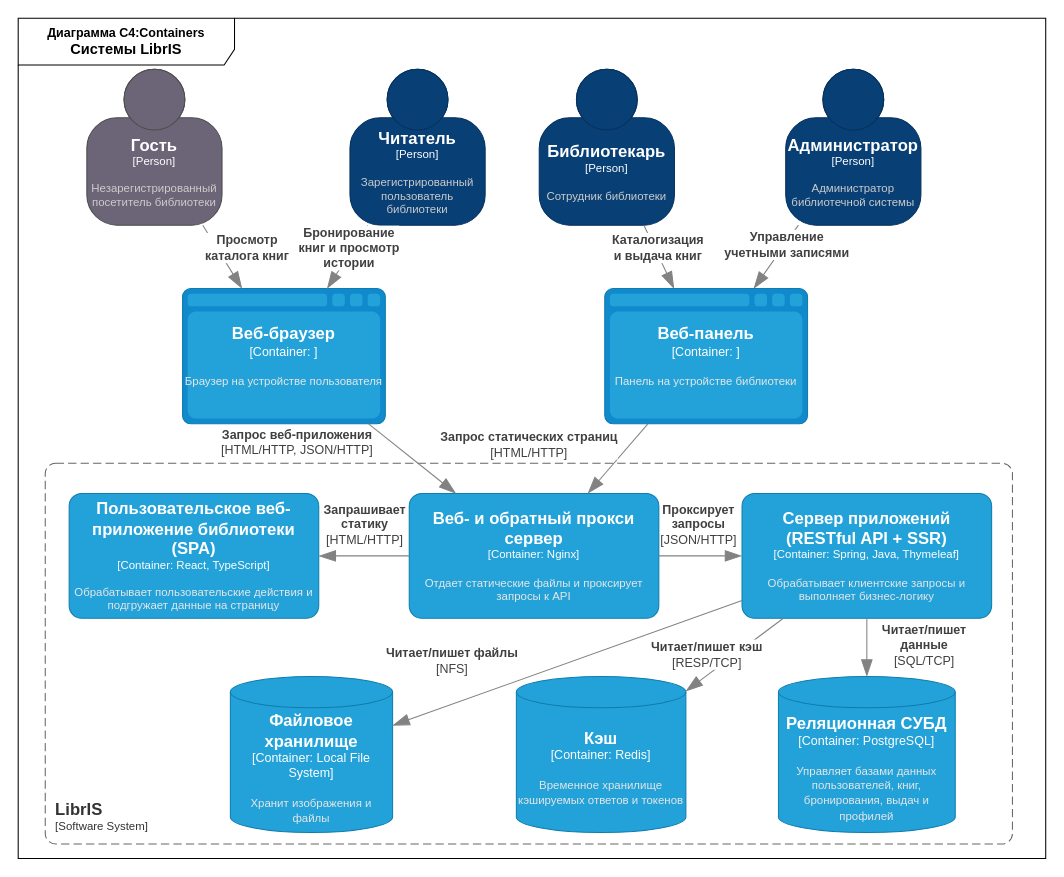
Honsage/Libris keeps this draw.io diagram as docs/src/c4.drawio. Above is the earlier version. Source tidied: cells renumbered, new cells numbered last; positions are measured from the earlier drawing's top-left corner, leaving out a move shared by most shapes. Both pictures are drawn from the tidied source at 104%, with x=0, y=0 at pixel (18, 18).
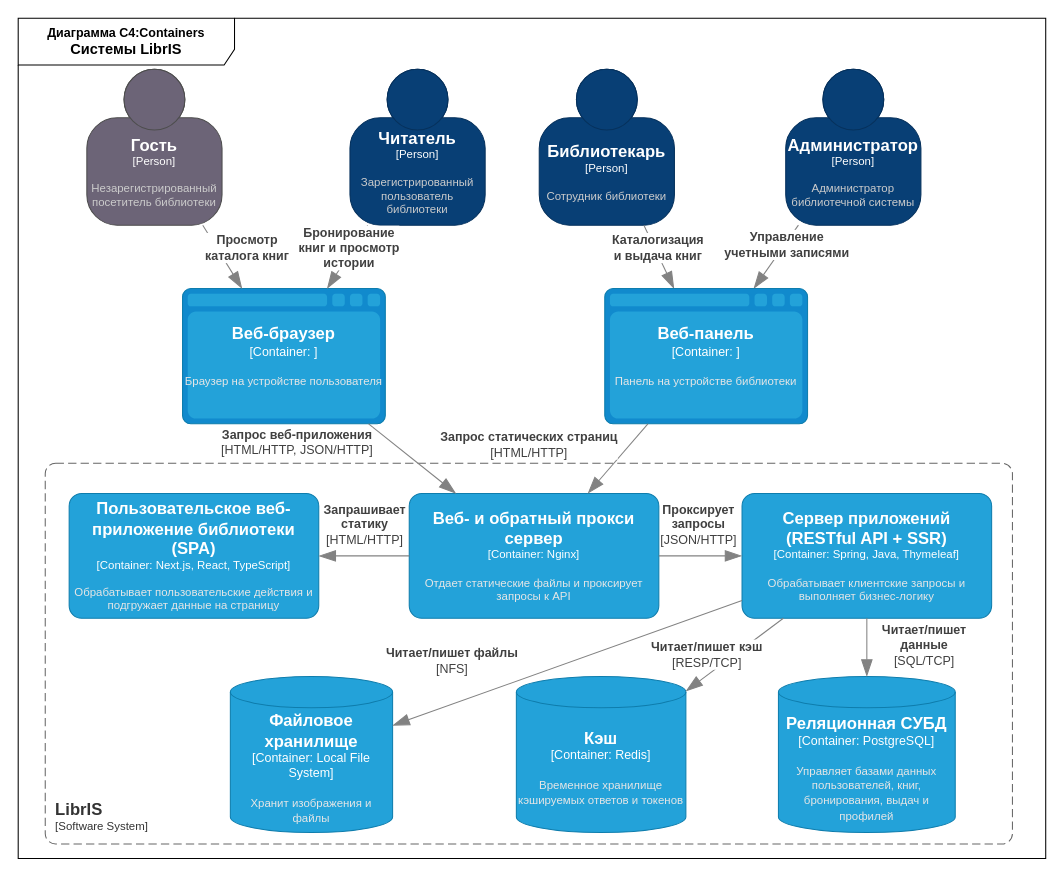
The same diagram, later.

Commit message:
docs: specify tech stack in c4 diagram

Change to the diagram source:
```diff
@@
-    <object id="2" label="&lt;font style=&quot;font-size: 16px&quot;&gt;&lt;b&gt;&lt;div style=&quot;text-align: left&quot;&gt;%c4Name%&lt;/div&gt;&lt;/b&gt;&lt;/font&gt;&lt;div style=&quot;text-align: left&quot;&gt;[%c4Application%]&lt;/div&gt;" c4Application="Software System" c4Name="LibrIS" placeholders="1">
-      <mxCell style="rounded=1;fontSize=11;whiteSpace=wrap;html=1;dashed=1;arcSize=20;fillColor=none;strokeColor=#666666;fontColor=#333333;labelBackgroundColor=none;align=left;verticalAlign=bottom;labelBorderColor=none;spacingTop=0;spacing=10;dashPattern=8 4;perimeter=rectanglePerimeter;noLabel=0;labelPadding=0;absoluteArcSize=1;" parent="1" vertex="1">
-        <mxGeometry x="26" y="428" width="930" height="366" as="geometry" />
-      </mxCell>
-    </object>
+    <object id="26" label="&lt;font style=&quot;font-size: 16px&quot;&gt;&lt;b&gt;&lt;div style=&quot;text-align: left&quot;&gt;%c4Name%&lt;/div&gt;&lt;/b&gt;&lt;/font&gt;&lt;div style=&quot;text-align: left&quot;&gt;[%c4Application%]&lt;/div&gt;" c4Application="Software System" c4Name="LibrIS" placeholders="1">
+      <mxCell style="rounded=1;fontSize=11;whiteSpace=wrap;html=1;dashed=1;arcSize=20;fillColor=none;strokeColor=#666666;fontColor=#333333;labelBackgroundColor=none;align=left;verticalAlign=bottom;labelBorderColor=none;spacingTop=0;spacing=10;dashPattern=8 4;perimeter=rectanglePerimeter;noLabel=0;labelPadding=0;absoluteArcSize=1;" parent="1" vertex="1">
+        <mxGeometry x="26" y="428" width="930" height="366" as="geometry" />
+      </mxCell>
+    </object>
@@
-    <object id="13" label="&lt;font style=&quot;font-size: 16px&quot;&gt;&lt;b&gt;%c4Name%&lt;/b&gt;&lt;/font&gt;&lt;div&gt;[%c4Type%: %c4Technology%]&lt;/div&gt;&lt;br&gt;&lt;div&gt;&lt;font style=&quot;font-size: 11px&quot;&gt;&lt;font color=&quot;#E6E6E6&quot;&gt;%c4Description%&lt;/font&gt;&lt;/div&gt;" c4Description="Обрабатывает пользовательские действия и подгружает данные на страницу" c4Name="Пользовательское веб-приложение библиотеки (SPA)" c4Technology="React, TypeScript" c4Type="Container" placeholders="1">
+    <object id="13" label="&lt;font style=&quot;font-size: 16px&quot;&gt;&lt;b&gt;%c4Name%&lt;/b&gt;&lt;/font&gt;&lt;div&gt;[%c4Type%: %c4Technology%]&lt;/div&gt;&lt;br&gt;&lt;div&gt;&lt;font style=&quot;font-size: 11px&quot;&gt;&lt;font color=&quot;#E6E6E6&quot;&gt;%c4Description%&lt;/font&gt;&lt;/div&gt;" c4Description="Обрабатывает пользовательские действия и подгружает данные на страницу" c4Name="Пользовательское веб-приложение библиотеки (SPA)" c4Technology="Next.js, React, TypeScript" c4Type="Container" placeholders="1">
       <mxCell style="rounded=1;whiteSpace=wrap;html=1;fontSize=11;labelBackgroundColor=none;fillColor=#23A2D9;fontColor=#ffffff;align=center;arcSize=10;strokeColor=#0E7DAD;points=[[0.25,0,0],[0.5,0,0],[0.75,0,0],[1,0.25,0],[1,0.5,0],[1,0.75,0],[0.75,1,0],[0.5,1,0],[0.25,1,0],[0,0.75,0],[0,0.5,0],[0,0.25,0]];" parent="1" vertex="1">
         <mxGeometry x="49" y="457" width="240" height="120" as="geometry" />
       </mxCell>
     </object>
@@
-    <mxCell id="26" value="&lt;b&gt;Диаграмма C4:Containers &lt;font style=&quot;font-size: 14px;&quot;&gt;Системы LibrIS&lt;/font&gt;&lt;/b&gt;" style="shape=umlFrame;whiteSpace=wrap;html=1;width=208;height=45;" parent="1" vertex="1">
-      <mxGeometry width="988" height="808" as="geometry" />
-    </mxCell>
+    <mxCell id="27" value="&lt;b&gt;Диаграмма C4:Containers &lt;font style=&quot;font-size: 14px;&quot;&gt;Системы LibrIS&lt;/font&gt;&lt;/b&gt;" style="shape=umlFrame;whiteSpace=wrap;html=1;width=208;height=45;" parent="1" vertex="1">
+      <mxGeometry width="988" height="808" as="geometry" />
+    </mxCell>
```
